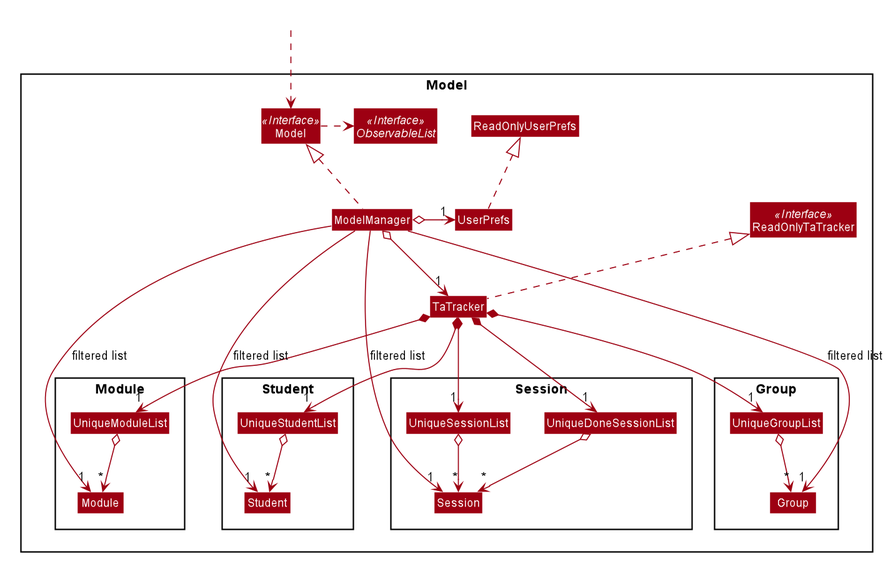
nus-cs2103-AY1920S2/addressbook-level3 keeps this PlantUML diagram as docs/images/ModelClassDiagram.png. Above is the earlier version.
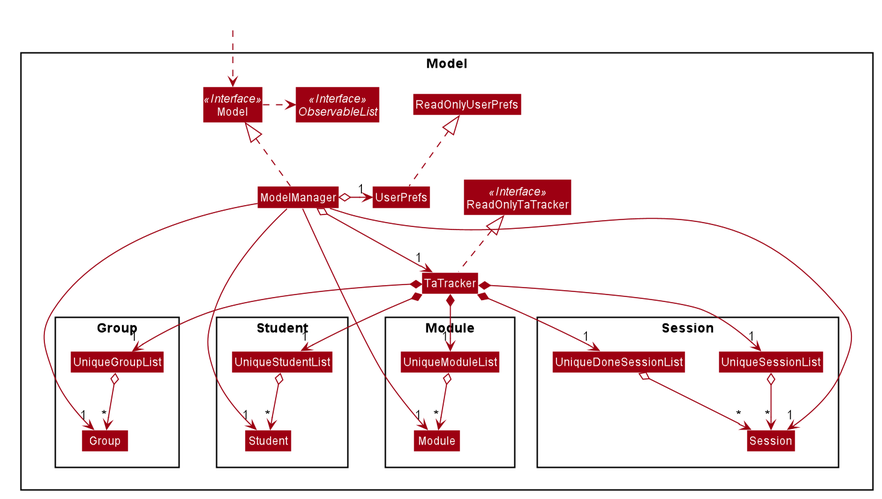
Later version of the same file.

Commit message:
update model section of developer guide

The edit, as a diff of the source:
```diff
@@ -107,9 +107,9 @@
 TaTracker *--> "1" UniqueDoneSessionList
 UniqueDoneSessionList o-down-> "*" Session
 
-ModelManager -->"1" Student : filtered list
-ModelManager -->"1" Module : filtered list
-ModelManager -->"1" Group : filtered list
-ModelManager -right->"1" Session : filtered list
+ModelManager -->"1" Student
+ModelManager -->"1" Module
+ModelManager -->"1" Group
+ModelManager -right->"1" Session
 
 @enduml
```
